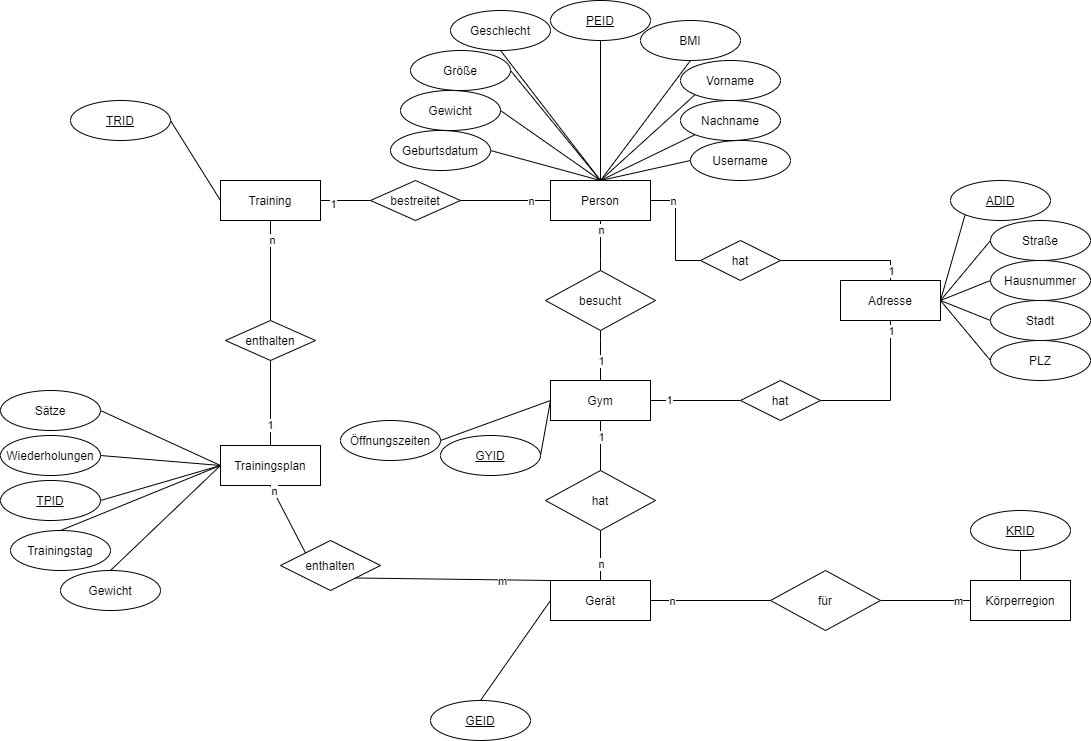
Earlier version of the draw.io export Diagramme/ERDiagramm_InfinityApp.png (jonnef/InfinityApp). Source tidied: cells renumbered, new cells last; positions are measured from the earlier drawing's top-left corner, leaving out a move shared by most shapes.
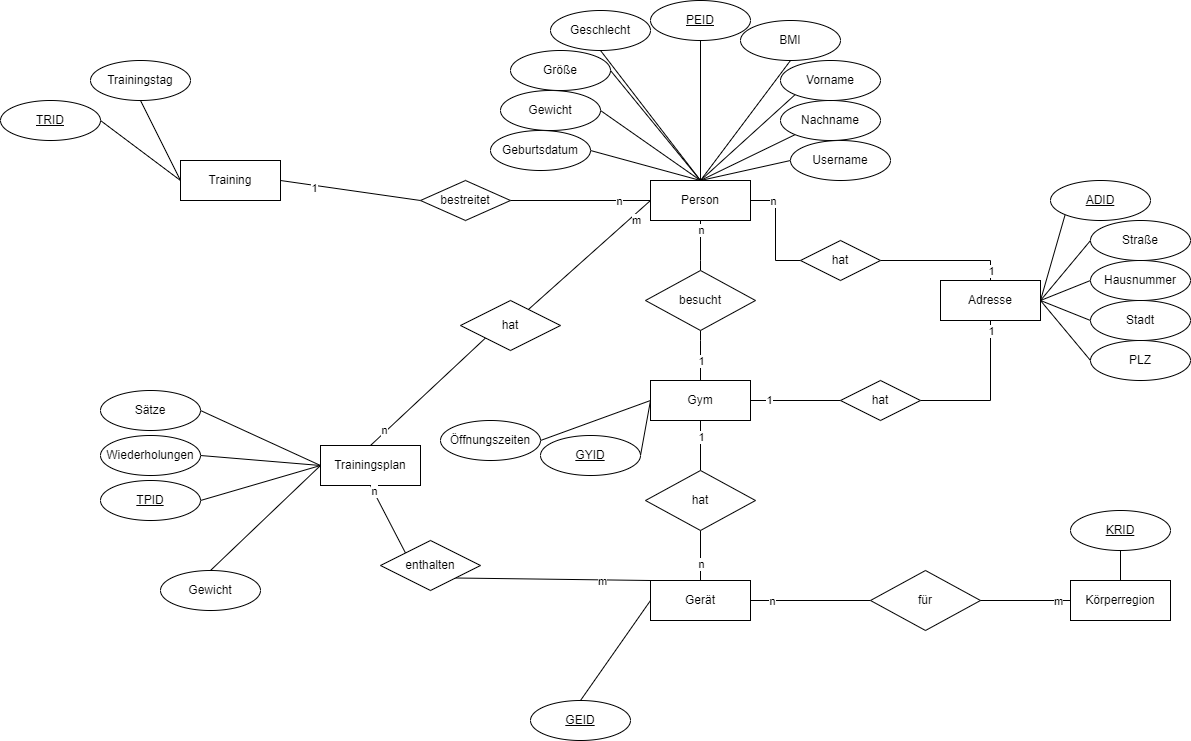
After the change.

Diff of the diagram source:
```diff
@@ -23,6 +23,12 @@
         <mxPoint x="2" y="-4" as="offset" />
       </mxGeometry>
     </mxCell>
+    <mxCell id="97" style="edgeStyle=none;rounded=0;jettySize=auto;html=1;exitX=0;exitY=0.5;exitDx=0;exitDy=0;endArrow=none;endFill=0;" parent="1" edge="1" source="6" target="101">
+      <mxGeometry relative="1" as="geometry" />
+    </mxCell>
+    <mxCell id="98" value="m" style="edgeLabel;html=1;align=center;verticalAlign=middle;" parent="97" vertex="1">
+      <mxGeometry x="-0.71" y="5" relative="1" as="geometry" />
+    </mxCell>
     <mxCell id="6" value="Person" style="whiteSpace=wrap;html=1;align=center;" parent="1" vertex="1">
       <mxGeometry x="550" y="180" width="100" height="40" as="geometry" />
     </mxCell>
@@ -306,30 +312,9 @@
     <mxCell id="81" value="TPID" style="ellipse;whiteSpace=wrap;html=1;align=center;fontStyle=4;" parent="1" vertex="1">
       <mxGeometry y="480" width="100" height="40" as="geometry" />
     </mxCell>
-    <mxCell id="82" style="edgeStyle=none;rounded=0;jettySize=auto;html=1;exitX=0.5;exitY=0;exitDx=0;exitDy=0;entryX=0;entryY=0.5;entryDx=0;entryDy=0;endArrow=none;endFill=0;" parent="1" edge="1" source="83" target="70">
-      <mxGeometry relative="1" as="geometry" />
-    </mxCell>
-    <mxCell id="83" value="Trainingstag" style="ellipse;whiteSpace=wrap;html=1;align=center;" parent="1" vertex="1">
-      <mxGeometry x="10" y="530" width="100" height="40" as="geometry" />
-    </mxCell>
     <mxCell id="84" value="Training" style="whiteSpace=wrap;html=1;align=center;" parent="1" vertex="1">
-      <mxGeometry x="220" y="180" width="100" height="40" as="geometry" />
+      <mxGeometry x="80" y="160" width="100" height="40" as="geometry" />
     </mxCell>
-    <mxCell id="85" style="edgeStyle=none;rounded=0;jettySize=auto;html=1;exitX=0.5;exitY=1;exitDx=0;exitDy=0;entryX=0.5;entryY=0;entryDx=0;entryDy=0;endArrow=none;endFill=0;" parent="1" edge="1" source="89" target="70">
-      <mxGeometry relative="1" as="geometry" />
-    </mxCell>
-    <mxCell id="86" value="1" style="edgeLabel;html=1;align=center;verticalAlign=middle;" parent="85" vertex="1">
-      <mxGeometry x="0.51" y="-1" relative="1" as="geometry" />
-    </mxCell>
-    <mxCell id="87" style="edgeStyle=none;rounded=0;jettySize=auto;html=1;exitX=0.5;exitY=0;exitDx=0;exitDy=0;entryX=0.5;entryY=1;entryDx=0;entryDy=0;endArrow=none;endFill=0;" parent="1" edge="1" source="89" target="84">
-      <mxGeometry relative="1" as="geometry" />
-    </mxCell>
-    <mxCell id="88" value="n" style="edgeLabel;html=1;align=center;verticalAlign=middle;" parent="87" vertex="1">
-      <mxGeometry x="0.62" y="-1" relative="1" as="geometry" />
-    </mxCell>
-    <mxCell id="89" value="enthalten" style="shape=rhombus;perimeter=rhombusPerimeter;whiteSpace=wrap;html=1;align=center;" parent="1" vertex="1">
-      <mxGeometry x="225" y="320" width="90" height="40" as="geometry" />
-    </mxCell>
     <mxCell id="90" style="edgeStyle=none;rounded=0;jettySize=auto;html=1;exitX=0;exitY=0.5;exitDx=0;exitDy=0;entryX=1;entryY=0.5;entryDx=0;entryDy=0;endArrow=none;endFill=0;" parent="1" edge="1" source="92" target="84">
       <mxGeometry relative="1" as="geometry" />
     </mxCell>
@@ -337,13 +322,13 @@
       <mxGeometry x="0.51" y="3" relative="1" as="geometry" />
     </mxCell>
     <mxCell id="92" value="bestreitet" style="shape=rhombus;perimeter=rhombusPerimeter;whiteSpace=wrap;html=1;align=center;" parent="1" vertex="1">
-      <mxGeometry x="370" y="180" width="90" height="40" as="geometry" />
+      <mxGeometry x="320" y="180" width="90" height="40" as="geometry" />
     </mxCell>
     <mxCell id="93" style="edgeStyle=none;html=1;exitX=1;exitY=0.5;exitDx=0;exitDy=0;entryX=0;entryY=0.5;entryDx=0;entryDy=0;endArrow=none;endFill=0;" parent="1" edge="1" source="94" target="84">
       <mxGeometry relative="1" as="geometry" />
     </mxCell>
     <mxCell id="94" value="TRID" style="ellipse;whiteSpace=wrap;html=1;align=center;fontStyle=4;" parent="1" vertex="1">
-      <mxGeometry x="70" y="100" width="100" height="40" as="geometry" />
+      <mxGeometry x="-100" y="100" width="100" height="40" as="geometry" />
     </mxCell>
     <mxCell id="95" style="edgeStyle=none;html=1;exitX=0.5;exitY=0;exitDx=0;exitDy=0;entryX=0;entryY=0.5;entryDx=0;entryDy=0;endArrow=none;endFill=0;" parent="1" edge="1" source="96" target="70">
       <mxGeometry relative="1" as="geometry" />
@@ -351,5 +336,24 @@
     <mxCell id="96" value="Gewicht" style="ellipse;whiteSpace=wrap;html=1;align=center;" parent="1" vertex="1">
       <mxGeometry x="60" y="570" width="100" height="40" as="geometry" />
     </mxCell>
+    <mxCell id="99" style="edgeStyle=none;rounded=0;jettySize=auto;html=1;exitX=0.5;exitY=1;exitDx=0;exitDy=0;endArrow=none;endFill=0;" parent="1" edge="1" source="83">
+      <mxGeometry relative="1" as="geometry">
+        <mxPoint x="80" y="180" as="targetPoint" />
+      </mxGeometry>
+    </mxCell>
+    <mxCell id="83" value="Trainingstag" style="ellipse;whiteSpace=wrap;html=1;align=center;" parent="1" vertex="1">
+      <mxGeometry x="-10" y="60" width="100" height="40" as="geometry" />
+    </mxCell>
+    <mxCell id="100" style="edgeStyle=none;rounded=0;jettySize=auto;html=1;exitX=0;exitY=1;exitDx=0;exitDy=0;entryX=0.5;entryY=0;entryDx=0;entryDy=0;endArrow=none;endFill=0;" parent="1" edge="1" source="101" target="70">
+      <mxGeometry relative="1" as="geometry" />
+    </mxCell>
+    <mxCell id="88" value="n" style="edgeLabel;html=1;align=center;verticalAlign=middle;" parent="100" vertex="1">
+      <mxGeometry x="0.73" y="-1" relative="1" as="geometry">
+        <mxPoint x="-1" as="offset" />
+      </mxGeometry>
+    </mxCell>
+    <mxCell id="101" value="hat" style="shape=rhombus;perimeter=rhombusPerimeter;whiteSpace=wrap;html=1;align=center;" parent="1" vertex="1">
+      <mxGeometry x="360" y="300" width="100" height="50" as="geometry" />
+    </mxCell>
   </root>
 </mxGraphModel>
```
